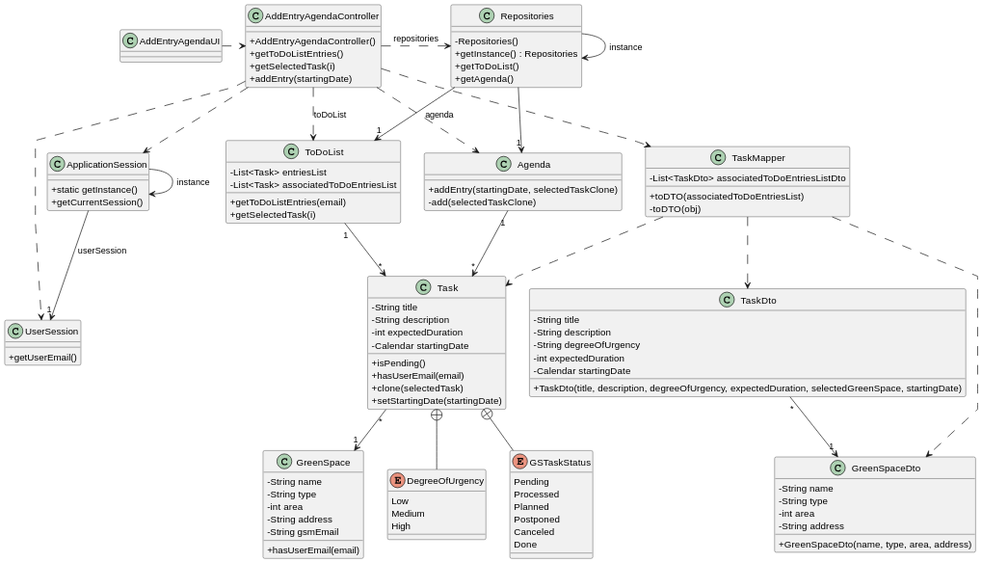
Departamento-de-Engenharia-Informatica/lei-24-s2-1dm-g132 keeps this PlantUML diagram as docs/sprintC/us022/03.design/svg/us022-class-diagram.svg. Above is the earlier version.
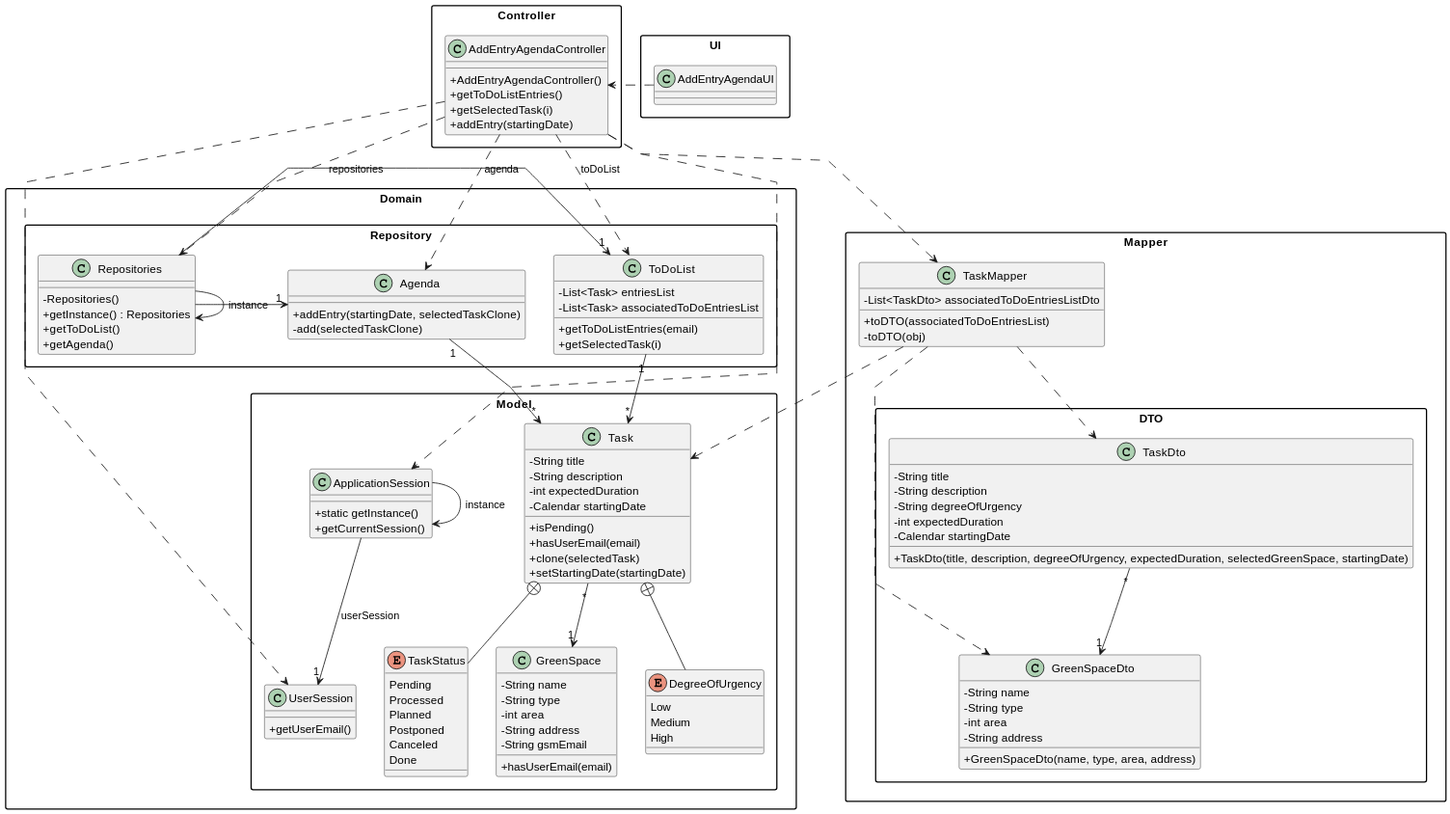
After the change.

Commit message:
US22 class diagram update

The edit, as a diff of the source:
```diff
@@ -6,11 +6,14 @@
 skinparam classAttributeIconSize 0
 
 
+Package UI {
 class AddEntryAgendaUI
 {
 
 }
+}
 
+Package Controller{
 class AddEntryAgendaController
 {
     + AddEntryAgendaController()
@@ -18,24 +21,16 @@
     + getSelectedTask(i)
     + addEntry(startingDate)
 }
-
-class ApplicationSession
-{
-    + static getInstance()
-    + getCurrentSession()
 }
 
+Package Domain{
+Package Repository{
 class Repositories
 {
     - Repositories()
     + getInstance() : Repositories
     + getToDoList()
     + getAgenda()
-}
-
-class UserSession
-{
-    + getUserEmail()
 }
 
 class ToDoList
@@ -46,6 +41,27 @@
     + getSelectedTask(i)
 }
 
+class Agenda
+{
+    + addEntry(startingDate, selectedTaskClone)
+    - add(selectedTaskClone)
+}
+}
+
+Package Model{
+
+class ApplicationSession
+{
+    + static getInstance()
+    + getCurrentSession()
+}
+
+class UserSession
+{
+    + getUserEmail()
+}
+
+
 class GreenSpace
 {
     - String name
@@ -54,32 +70,6 @@
     - String address
     - String gsmEmail
     + hasUserEmail(email)
-}
-
-class GreenSpaceDto
-{
-    - String name
-    - String type
-    - int area
-    - String address
-    + GreenSpaceDto(name, type, area, address)
-}
-
-class TaskMapper
-{
-    - List<TaskDto> associatedToDoEntriesListDto
-    + toDTO(associatedToDoEntriesList)
-    - toDTO(obj)
-}
-
-class TaskDto
-{
-    - String title
-    - String description
-    - String degreeOfUrgency
-    - int expectedDuration
-    - Calendar startingDate
-    + TaskDto(title, description, degreeOfUrgency, expectedDuration, selectedGreenSpace, startingDate)
 }
 
 class Task
@@ -101,7 +91,7 @@
     High
 }
 
-enum GSTaskStatus
+enum TaskStatus
 {
     Pending
     Processed
@@ -110,15 +100,42 @@
     Canceled
     Done
 }
+}
+}
 
-class Agenda
+Package Mapper{
+
+class TaskMapper
 {
-    + addEntry(startingDate, selectedTaskClone)
-    - add(selectedTaskClone)
+    - List<TaskDto> associatedToDoEntriesListDto
+    + toDTO(associatedToDoEntriesList)
+    - toDTO(obj)
+}
+
+Package DTO{
+class GreenSpaceDto
+{
+    - String name
+    - String type
+    - int area
+    - String address
+    + GreenSpaceDto(name, type, area, address)
+}
+
+class TaskDto
+{
+    - String title
+    - String description
+    - String degreeOfUrgency
+    - int expectedDuration
+    - Calendar startingDate
+    + TaskDto(title, description, degreeOfUrgency, expectedDuration, selectedGreenSpace, startingDate)
+}
+}
 }
 
 Task +-- DegreeOfUrgency
-Task +-- GSTaskStatus
+Task +-- TaskStatus
 
 Repositories -> Repositories : instance
 ApplicationSession -> ApplicationSession : instance
```
